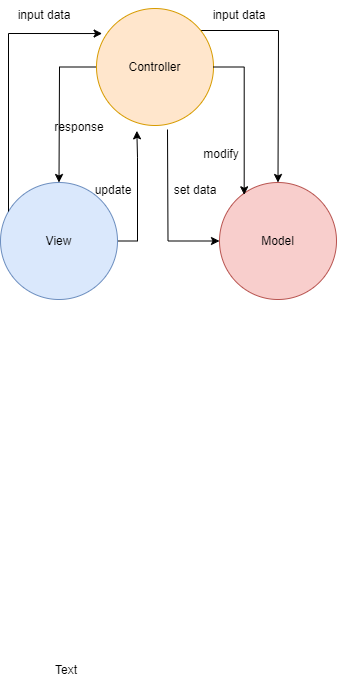
Earlier version of the draw.io export design/MVC架构和DDD架构.png (xmopen/drawio). Source tidied: cells renumbered, new cells last; positions are measured from the earlier drawing's top-left corner, leaving out a move shared by most shapes.
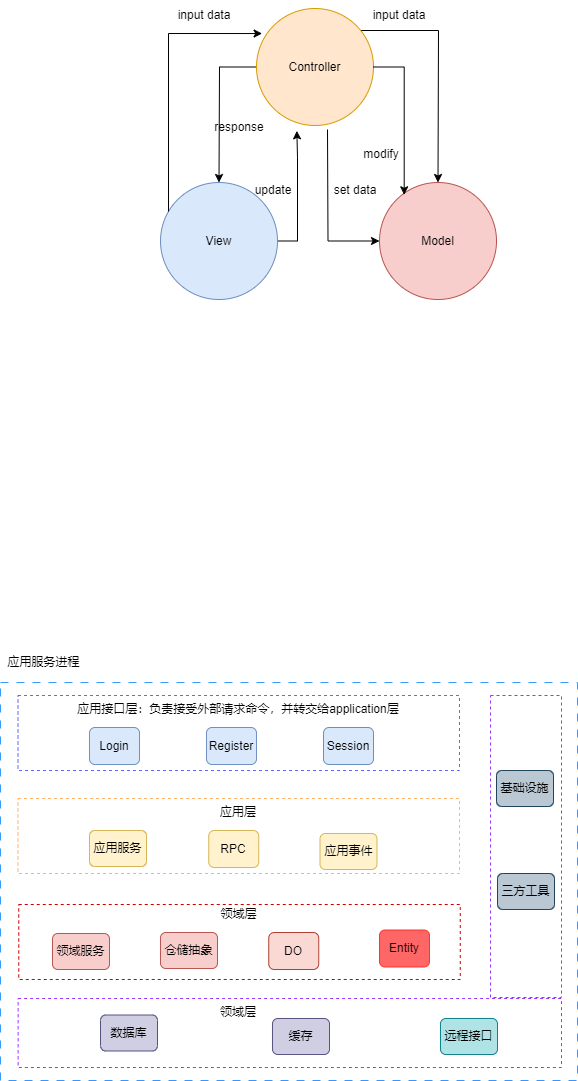
The same file after the commit.

Commit message:
更新MVC架构和DDD架构.png

Change to the diagram source:
```diff
@@ -51,9 +51,6 @@
     <mxCell id="12" value="update" style="text;html=1;align=center;verticalAlign=middle;whiteSpace=wrap;rounded=0;" parent="1" vertex="1">
       <mxGeometry x="83" y="175" width="60" height="30" as="geometry" />
     </mxCell>
-    <mxCell id="13" value="Text" style="text;html=1;align=center;verticalAlign=middle;whiteSpace=wrap;rounded=0;" parent="1" vertex="1">
-      <mxGeometry x="36" y="655" width="60" height="30" as="geometry" />
-    </mxCell>
     <mxCell id="14" style="edgeStyle=orthogonalEdgeStyle;rounded=0;jettySize=auto;html=1;entryX=0.211;entryY=0.105;entryDx=0;entryDy=0;entryPerimeter=0;" parent="1" edge="1" source="4" target="8">
       <mxGeometry relative="1" as="geometry">
         <Array as="points">
@@ -70,5 +67,83 @@
     <mxCell id="17" value="set data" style="text;html=1;align=center;verticalAlign=middle;whiteSpace=wrap;rounded=0;" parent="1" vertex="1">
       <mxGeometry x="165" y="175" width="60" height="30" as="geometry" />
     </mxCell>
+    <mxCell id="18" style="rounded=0;whiteSpace=wrap;html=1;dashed=1;dashPattern=8 8;strokeColor=#3399FF;" parent="1" vertex="1">
+      <mxGeometry x="-160" y="682" width="577" height="398" as="geometry" />
+    </mxCell>
+    <mxCell id="19" value="应用服务进程" style="text;html=1;align=center;verticalAlign=middle;whiteSpace=wrap;rounded=0;" parent="1" vertex="1">
+      <mxGeometry x="-160" y="647" width="87" height="29" as="geometry" />
+    </mxCell>
+    <mxCell id="20" style="rounded=0;whiteSpace=wrap;html=1;dashed=1;strokeColor=#6666FF;" parent="1" vertex="1">
+      <mxGeometry x="-142.5" y="695" width="441.5" height="75" as="geometry" />
+    </mxCell>
+    <mxCell id="21" style="rounded=0;whiteSpace=wrap;html=1;dashed=1;strokeColor=#FFB570;" parent="1" vertex="1">
+      <mxGeometry x="-142.5" y="798" width="441.5" height="75" as="geometry" />
+    </mxCell>
+    <mxCell id="22" style="rounded=0;whiteSpace=wrap;html=1;dashed=1;strokeColor=#CC0000;" parent="1" vertex="1">
+      <mxGeometry x="-141.8" y="904" width="441.5" height="75" as="geometry" />
+    </mxCell>
+    <mxCell id="23" style="rounded=0;whiteSpace=wrap;html=1;dashed=1;strokeColor=#9933FF;" parent="1" vertex="1">
+      <mxGeometry x="-142.4" y="998" width="543.4" height="69" as="geometry" />
+    </mxCell>
+    <mxCell id="24" style="rounded=0;whiteSpace=wrap;html=1;dashed=1;strokeColor=#9933FF;" parent="1" vertex="1">
+      <mxGeometry x="330" y="695" width="71" height="302" as="geometry" />
+    </mxCell>
+    <mxCell id="25" value="应用接口层：负责接受外部请求命令，并转交给application层" style="text;html=1;align=center;verticalAlign=middle;whiteSpace=wrap;rounded=0;" parent="1" vertex="1">
+      <mxGeometry x="-91.8" y="699" width="340" height="20" as="geometry" />
+    </mxCell>
+    <mxCell id="26" value="Login" style="rounded=1;whiteSpace=wrap;html=1;fillColor=#dae8fc;strokeColor=#6c8ebf;" parent="1" vertex="1">
+      <mxGeometry x="-71" y="727" width="50" height="37" as="geometry" />
+    </mxCell>
+    <mxCell id="27" value="Session" style="rounded=1;whiteSpace=wrap;html=1;fillColor=#dae8fc;strokeColor=#6c8ebf;" parent="1" vertex="1">
+      <mxGeometry x="163" y="727" width="50" height="37" as="geometry" />
+    </mxCell>
+    <mxCell id="28" value="Register" style="rounded=1;whiteSpace=wrap;html=1;fillColor=#dae8fc;strokeColor=#6c8ebf;" parent="1" vertex="1">
+      <mxGeometry x="46" y="727" width="50" height="37" as="geometry" />
+    </mxCell>
+    <mxCell id="29" value="应用层" style="text;html=1;align=center;verticalAlign=middle;whiteSpace=wrap;rounded=0;" parent="1" vertex="1">
+      <mxGeometry x="48.2" y="801" width="60" height="22" as="geometry" />
+    </mxCell>
+    <mxCell id="30" value="应用服务" style="rounded=1;whiteSpace=wrap;html=1;fillColor=#fff2cc;strokeColor=#d6b656;" parent="1" vertex="1">
+      <mxGeometry x="-71" y="830" width="57" height="36" as="geometry" />
+    </mxCell>
+    <mxCell id="31" value="RPC" style="rounded=1;whiteSpace=wrap;html=1;fillColor=#fff2cc;strokeColor=#d6b656;" parent="1" vertex="1">
+      <mxGeometry x="48.2" y="830" width="50" height="37" as="geometry" />
+    </mxCell>
+    <mxCell id="32" value="应用事件" style="rounded=1;whiteSpace=wrap;html=1;fillColor=#fff2cc;strokeColor=#d6b656;" parent="1" vertex="1">
+      <mxGeometry x="159.5" y="833" width="57" height="36" as="geometry" />
+    </mxCell>
+    <mxCell id="33" value="领域层" style="text;html=1;align=center;verticalAlign=middle;whiteSpace=wrap;rounded=0;" parent="1" vertex="1">
+      <mxGeometry x="54.8" y="904" width="47" height="20" as="geometry" />
+    </mxCell>
+    <mxCell id="34" value="领域服务" style="rounded=1;whiteSpace=wrap;html=1;fillColor=#f8cecc;strokeColor=#b85450;" parent="1" vertex="1">
+      <mxGeometry x="-108" y="933" width="57" height="36" as="geometry" />
+    </mxCell>
+    <mxCell id="35" value="仓储抽象" style="rounded=1;whiteSpace=wrap;html=1;fillColor=#f8cecc;strokeColor=#b85450;" parent="1" vertex="1">
+      <mxGeometry y="932" width="57" height="36" as="geometry" />
+    </mxCell>
+    <mxCell id="36" value="DO" style="rounded=1;whiteSpace=wrap;html=1;fillColor=#fad9d5;strokeColor=#ae4132;" parent="1" vertex="1">
+      <mxGeometry x="108.2" y="932" width="50" height="37" as="geometry" />
+    </mxCell>
+    <mxCell id="37" value="Entity" style="rounded=1;whiteSpace=wrap;html=1;strokeColor=#FF3333;fillColor=#FF6666;" parent="1" vertex="1">
+      <mxGeometry x="219" y="929.5" width="50" height="37" as="geometry" />
+    </mxCell>
+    <mxCell id="38" value="领域层" style="text;html=1;align=center;verticalAlign=middle;whiteSpace=wrap;rounded=0;" parent="1" vertex="1">
+      <mxGeometry x="54.2" y="1000" width="48" height="23" as="geometry" />
+    </mxCell>
+    <mxCell id="39" value="数据库" style="rounded=1;whiteSpace=wrap;html=1;fillColor=#d0cee2;strokeColor=#56517e;" parent="1" vertex="1">
+      <mxGeometry x="-60" y="1014.5" width="57" height="36" as="geometry" />
+    </mxCell>
+    <mxCell id="40" value="缓存" style="rounded=1;whiteSpace=wrap;html=1;fillColor=#d0cee2;strokeColor=#56517e;" parent="1" vertex="1">
+      <mxGeometry x="112" y="1018" width="57" height="36" as="geometry" />
+    </mxCell>
+    <mxCell id="41" value="远程接口" style="rounded=1;whiteSpace=wrap;html=1;fillColor=#b0e3e6;strokeColor=#0e8088;" parent="1" vertex="1">
+      <mxGeometry x="280" y="1018" width="57" height="36" as="geometry" />
+    </mxCell>
+    <mxCell id="42" value="基础设施" style="rounded=1;whiteSpace=wrap;html=1;fillColor=#bac8d3;strokeColor=#23445d;" parent="1" vertex="1">
+      <mxGeometry x="336" y="770" width="57" height="36" as="geometry" />
+    </mxCell>
+    <mxCell id="43" value="三方工具" style="rounded=1;whiteSpace=wrap;html=1;fillColor=#bac8d3;strokeColor=#23445d;" parent="1" vertex="1">
+      <mxGeometry x="337" y="873" width="57" height="36" as="geometry" />
+    </mxCell>
   </root>
 </mxGraphModel>
```
